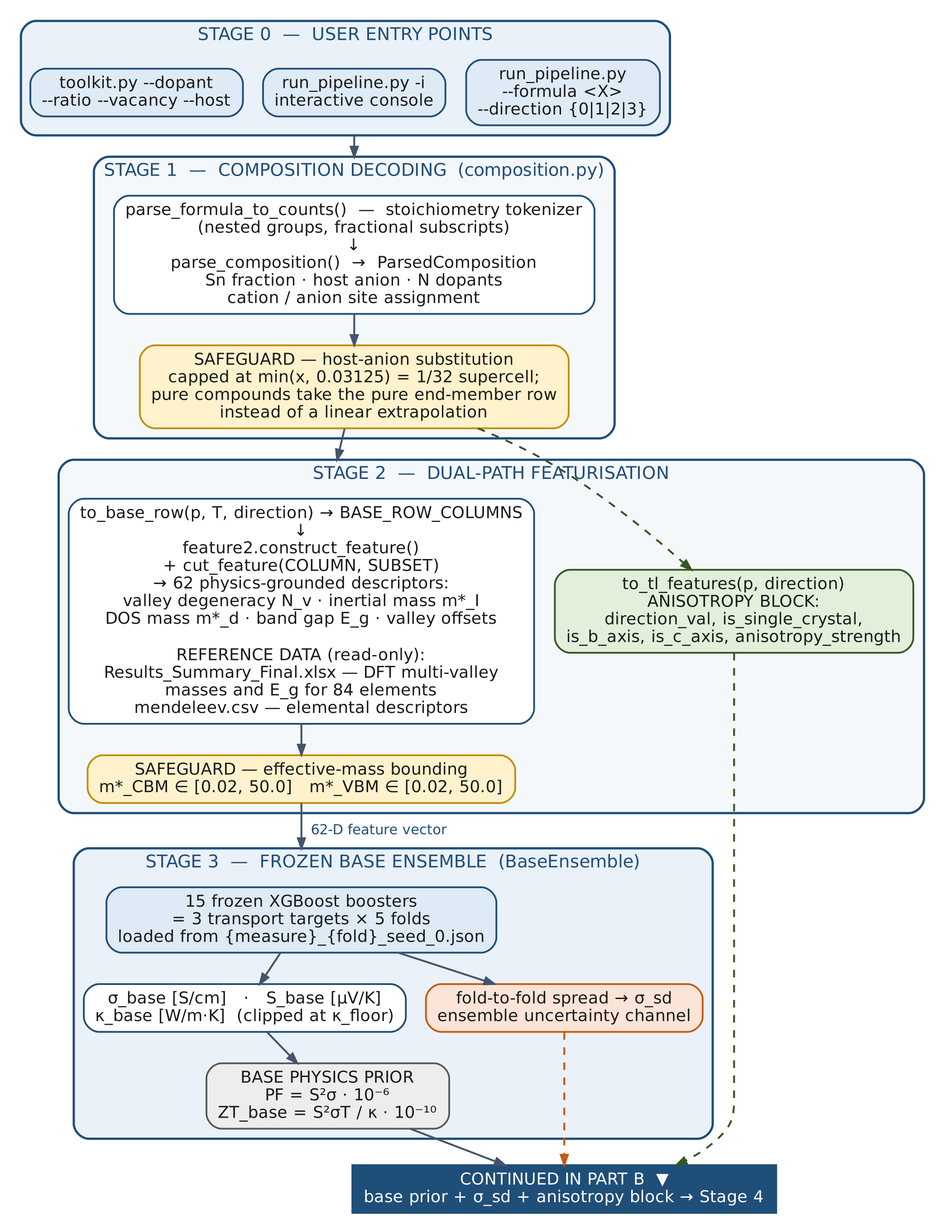
The Graphviz diagram docs_assets/architecture_part_a.png in NischalRaj16/thermoelectric-discovery-engine, before a commit. Its source is kept beside it as docs_assets/architecture_part_a.dot.
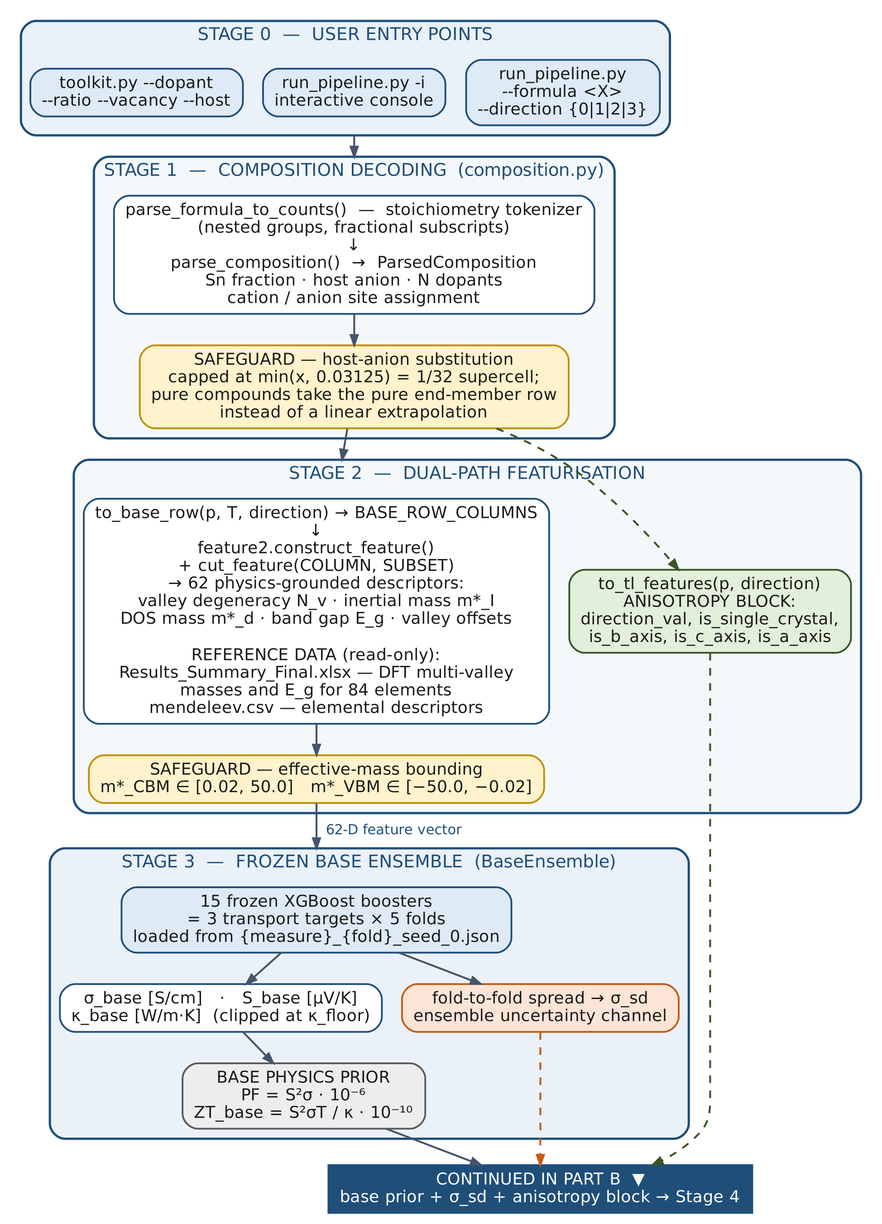
Later version of the same file.

Commit message:
Correct model descriptions and accuracy figures in the report and deck

Change to the diagram source:
```diff
@@ -29,9 +29,9 @@
     label="STAGE 2  —  DUAL-PATH FEATURISATION"; fontsize=14;
     fontcolor="#1F4E79"; style="filled,rounded"; fillcolor="#F5F8FB"; color="#1F4E79"; penwidth=1.8;
     f3 [label="to_base_row(p, T, direction) → BASE_ROW_COLUMNS\n↓\nfeature2.construct_feature()\n+ cut_feature(COLUMN, SUBSET)\n→ 62 physics-grounded descriptors:\nvalley degeneracy N_v · inertial mass m*_I\nDOS mass m*_d · band gap E_g · valley offsets\n\nREFERENCE DATA (read-only):\nResults_Summary_Final.xlsx — DFT multi-valley\nmasses and E_g for 84 elements\nmendeleev.csv — elemental descriptors"];
-    f4 [label="SAFEGUARD — effective-mass bounding\nm*_CBM ∈ [0.02, 50.0]   m*_VBM ∈ [0.02, 50.0]",
+    f4 [label="SAFEGUARD — effective-mass bounding\nm*_CBM ∈ [0.02, 50.0]   m*_VBM ∈ [−50.0, −0.02]",
         fillcolor="#FFF2CC", color="#BF8F00"];
-    f2 [label="to_tl_features(p, direction)\nANISOTROPY BLOCK:\ndirection_val, is_single_crystal,\nis_b_axis, is_c_axis, anisotropy_strength",
+    f2 [label="to_tl_features(p, direction)\nANISOTROPY BLOCK:\ndirection_val, is_single_crystal,\nis_b_axis, is_c_axis, is_a_axis",
         fillcolor="#E2EFDA", color="#375623"];
     f3 -> f4;
   }
```
